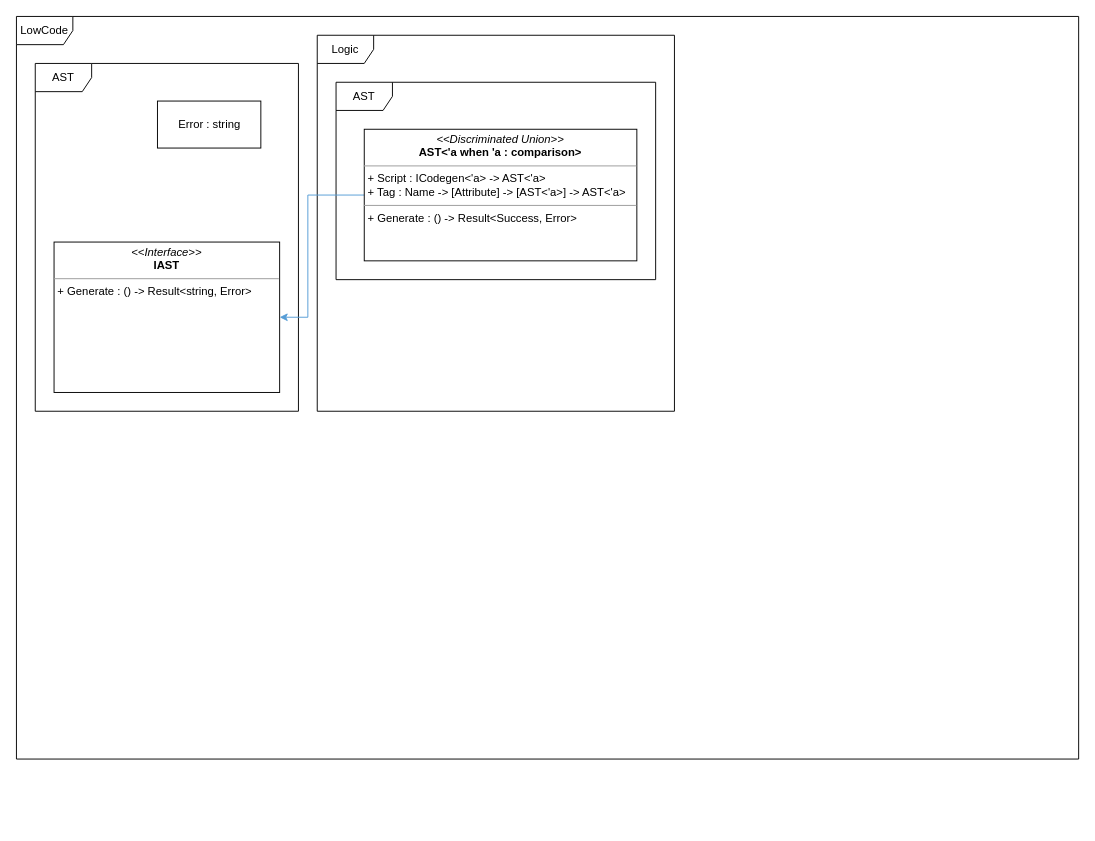
heitor-lassarote/iolp keeps this draw.io diagram as Architecture.drawio. Above is the earlier version. Source tidied: cells renumbered, new cells numbered last; positions are measured from the earlier drawing's top-left corner, leaving out a move shared by most shapes. Both pictures are drawn from the tidied source at 94%, with x=0, y=0 at pixel (16, 16).
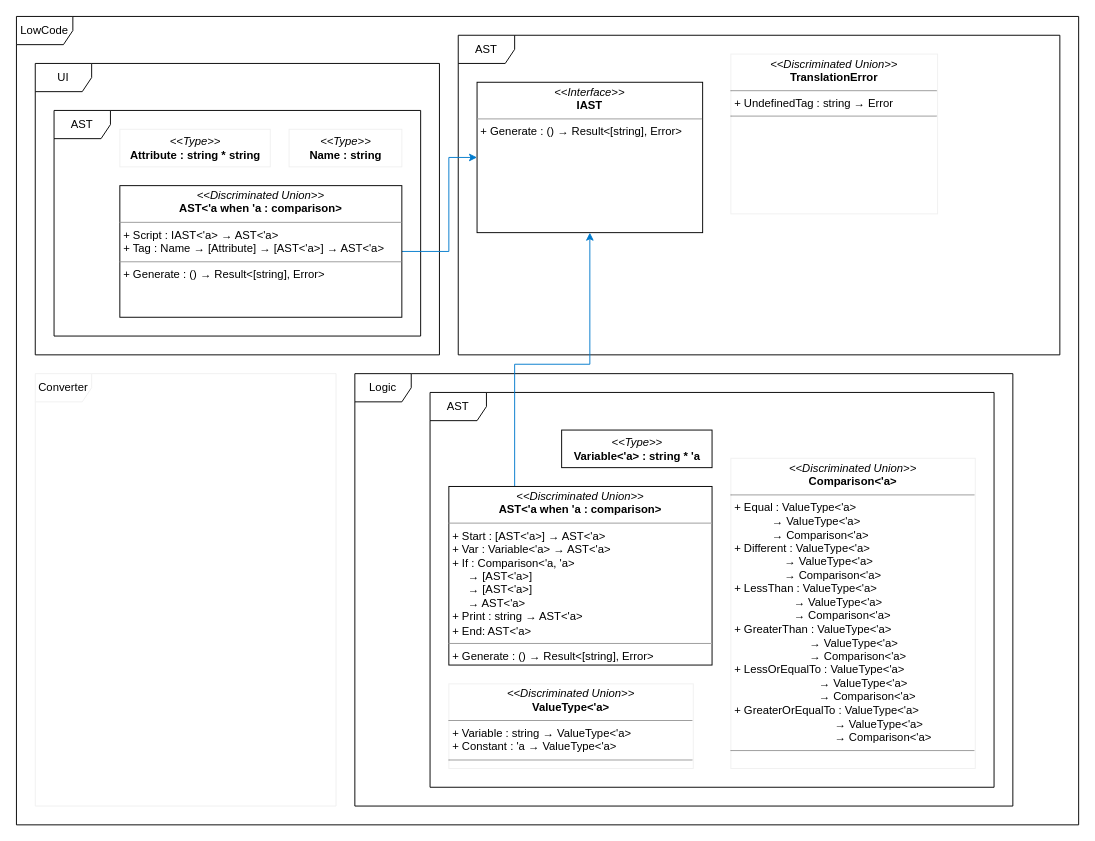
The same diagram, later.

Diff of the diagram source:
```diff
@@
     <mxCell id="2" value="LowCode" style="shape=umlFrame;whiteSpace=wrap;html=1;" parent="1" vertex="1">
-      <mxGeometry width="1130" height="790" as="geometry" />
+      <mxGeometry width="1130" height="860" as="geometry" />
     </mxCell>
-    <mxCell id="3" value="Logic" style="shape=umlFrame;whiteSpace=wrap;html=1;" parent="1" vertex="1">
-      <mxGeometry x="320" y="20" width="380" height="400" as="geometry" />
+    <mxCell id="3" value="UI" style="shape=umlFrame;whiteSpace=wrap;html=1;" parent="1" vertex="1">
+      <mxGeometry x="20" y="50" width="430" height="310" as="geometry" />
     </mxCell>
     <mxCell id="4" value="AST" style="shape=umlFrame;whiteSpace=wrap;html=1;" parent="1" vertex="1">
-      <mxGeometry x="340" y="70" width="340" height="210" as="geometry" />
+      <mxGeometry x="40" y="100" width="390" height="240" as="geometry" />
     </mxCell>
     <mxCell id="5" value="AST" style="shape=umlFrame;whiteSpace=wrap;html=1;" parent="1" vertex="1">
-      <mxGeometry x="20" y="50" width="280" height="370" as="geometry" />
+      <mxGeometry x="470" y="20" width="640" height="340" as="geometry" />
     </mxCell>
-    <mxCell id="6" value="&lt;p style=&quot;margin: 0px ; margin-top: 4px ; text-align: center&quot;&gt;&lt;i&gt;&amp;lt;&amp;lt;Interface&amp;gt;&amp;gt;&lt;/i&gt;&lt;br&gt;&lt;b&gt;IAST&lt;/b&gt;&lt;/p&gt;&lt;hr size=&quot;1&quot;&gt;&lt;p style=&quot;margin: 0px ; margin-left: 4px&quot;&gt;+ Generate : () -&amp;gt; Result&amp;lt;string, Error&amp;gt;&lt;/p&gt;" style="verticalAlign=top;align=left;overflow=fill;fontSize=12;fontFamily=Helvetica;html=1;" parent="1" vertex="1">
-      <mxGeometry x="40" y="240" width="240" height="160" as="geometry" />
+    <mxCell id="6" value="&lt;p style=&quot;margin: 0px ; margin-top: 4px ; text-align: center&quot;&gt;&lt;i&gt;&amp;lt;&amp;lt;Interface&amp;gt;&amp;gt;&lt;/i&gt;&lt;br&gt;&lt;b&gt;IAST&lt;/b&gt;&lt;/p&gt;&lt;hr size=&quot;1&quot;&gt;&lt;p style=&quot;margin: 0px ; margin-left: 4px&quot;&gt;+ Generate : ()&amp;nbsp;→ Result&amp;lt;[string], Error&amp;gt;&lt;/p&gt;" style="verticalAlign=top;align=left;overflow=fill;fontSize=12;fontFamily=Helvetica;html=1;" parent="1" vertex="1">
+      <mxGeometry x="490" y="70" width="240" height="160" as="geometry" />
     </mxCell>
-    <mxCell id="7" style="edgeStyle=orthogonalEdgeStyle;rounded=0;jettySize=auto;html=1;exitX=0;exitY=0.5;exitDx=0;exitDy=0;entryX=1;entryY=0.5;entryDx=0;entryDy=0;strokeColor=#559CD6;" parent="1" edge="1" source="8" target="6">
+    <mxCell id="7" style="edgeStyle=orthogonalEdgeStyle;rounded=0;jettySize=auto;html=1;exitX=1;exitY=0.5;exitDx=0;exitDy=0;entryX=0;entryY=0.5;entryDx=0;entryDy=0;strokeColor=#007ACC;" parent="1" edge="1" source="8" target="6">
       <mxGeometry relative="1" as="geometry">
         <Array as="points">
-          <mxPoint x="310" y="190" />
-          <mxPoint x="310" y="320" />
+          <mxPoint x="460" y="250" />
+          <mxPoint x="460" y="150" />
         </Array>
       </mxGeometry>
     </mxCell>
-    <mxCell id="8" value="&lt;p style=&quot;margin: 0px ; margin-top: 4px ; text-align: center&quot;&gt;&lt;i&gt;&amp;lt;&amp;lt;Discriminated Union&amp;gt;&amp;gt;&lt;/i&gt;&lt;br&gt;&lt;b&gt;AST&amp;lt;'a when 'a : comparison&amp;gt;&lt;/b&gt;&lt;/p&gt;&lt;hr size=&quot;1&quot;&gt;&lt;p style=&quot;margin: 0px ; margin-left: 4px&quot;&gt;+ Script : ICodegen&amp;lt;'a&amp;gt; -&amp;gt; AST&amp;lt;'a&amp;gt;&lt;/p&gt;&lt;p style=&quot;margin: 0px ; margin-left: 4px&quot;&gt;+ Tag : Name -&amp;gt; [Attribute] -&amp;gt; [AST&amp;lt;'a&amp;gt;] -&amp;gt; AST&amp;lt;'a&amp;gt;&lt;/p&gt;&lt;hr size=&quot;1&quot;&gt;&lt;p style=&quot;margin: 0px ; margin-left: 4px&quot;&gt;+ Generate : () -&amp;gt; Result&amp;lt;Success, Error&amp;gt;&lt;/p&gt;" style="verticalAlign=top;align=left;overflow=fill;fontSize=12;fontFamily=Helvetica;html=1;" parent="1" vertex="1">
-      <mxGeometry x="370" y="120" width="290" height="140" as="geometry" />
+    <mxCell id="8" value="&lt;p style=&quot;margin: 0px ; margin-top: 4px ; text-align: center&quot;&gt;&lt;i&gt;&amp;lt;&amp;lt;Discriminated Union&amp;gt;&amp;gt;&lt;/i&gt;&lt;br&gt;&lt;b&gt;AST&amp;lt;'a when 'a : comparison&amp;gt;&lt;/b&gt;&lt;/p&gt;&lt;hr size=&quot;1&quot;&gt;&lt;p style=&quot;margin: 0px ; margin-left: 4px&quot;&gt;+ Script : IAST&amp;lt;'a&amp;gt;&amp;nbsp;→ AST&amp;lt;'a&amp;gt;&lt;/p&gt;&lt;p style=&quot;margin: 0px ; margin-left: 4px&quot;&gt;+ Tag : Name → [Attribute]&amp;nbsp;→ [AST&amp;lt;'a&amp;gt;]&amp;nbsp;→ AST&amp;lt;'a&amp;gt;&lt;/p&gt;&lt;hr size=&quot;1&quot;&gt;&lt;p style=&quot;margin: 0px ; margin-left: 4px&quot;&gt;+ Generate : ()&amp;nbsp;→ Result&amp;lt;[string], Error&amp;gt;&lt;/p&gt;" style="verticalAlign=top;align=left;overflow=fill;fontSize=12;fontFamily=Helvetica;html=1;" parent="1" vertex="1">
+      <mxGeometry x="110" y="180" width="300" height="140" as="geometry" />
     </mxCell>
-    <mxCell id="9" value="Error : string" style="html=1;" parent="1" vertex="1">
-      <mxGeometry x="150" y="90" width="110" height="50" as="geometry" />
-    </mxCell>
+    <mxCell id="10" value="Logic" style="shape=umlFrame;whiteSpace=wrap;html=1;" parent="1" vertex="1">
+      <mxGeometry x="360" y="380" width="700" height="460" as="geometry" />
+    </mxCell>
+    <mxCell id="11" value="AST" style="shape=umlFrame;whiteSpace=wrap;html=1;" parent="1" vertex="1">
+      <mxGeometry x="440" y="400" width="600" height="420" as="geometry" />
+    </mxCell>
+    <mxCell id="12" style="edgeStyle=orthogonalEdgeStyle;rounded=0;jettySize=auto;html=1;exitX=0.25;exitY=0;exitDx=0;exitDy=0;strokeColor=#007ACC;entryX=0.5;entryY=1;entryDx=0;entryDy=0;" parent="1" edge="1" source="13" target="6">
+      <mxGeometry relative="1" as="geometry">
+        <Array as="points">
+          <mxPoint x="530" y="370" />
+          <mxPoint x="610" y="370" />
+        </Array>
+      </mxGeometry>
+    </mxCell>
+    <mxCell id="13" value="&lt;p style=&quot;margin: 0px ; margin-top: 4px ; text-align: center&quot;&gt;&lt;i&gt;&amp;lt;&amp;lt;Discriminated Union&amp;gt;&amp;gt;&lt;/i&gt;&lt;br&gt;&lt;b&gt;AST&amp;lt;'a when 'a : comparison&amp;gt;&lt;/b&gt;&lt;/p&gt;&lt;hr size=&quot;1&quot;&gt;&lt;p style=&quot;margin: 0px ; margin-left: 4px&quot;&gt;+ Start : [AST&amp;lt;'a&amp;gt;] → AST&amp;lt;'a&amp;gt;&lt;/p&gt;&lt;p style=&quot;margin: 0px ; margin-left: 4px&quot;&gt;+ Var : Variable&amp;lt;'a&amp;gt; → AST&amp;lt;'a&amp;gt;&lt;/p&gt;&lt;p style=&quot;margin: 0px ; margin-left: 4px&quot;&gt;+ If : Comparison&amp;lt;'a, 'a&amp;gt;&lt;/p&gt;&lt;p style=&quot;margin: 0px ; margin-left: 4px&quot;&gt;&amp;nbsp; &amp;nbsp; &amp;nbsp;→&amp;nbsp;[AST&amp;lt;'a&amp;gt;]&lt;/p&gt;&lt;p style=&quot;margin: 0px ; margin-left: 4px&quot;&gt;&amp;nbsp; &amp;nbsp; &amp;nbsp;→ [AST&amp;lt;'a&amp;gt;]&lt;/p&gt;&lt;p style=&quot;margin: 0px ; margin-left: 4px&quot;&gt;&amp;nbsp; &amp;nbsp; &amp;nbsp;→ AST&amp;lt;'a&amp;gt;&lt;/p&gt;&lt;p style=&quot;margin: 0px ; margin-left: 4px&quot;&gt;+ Print : string&amp;nbsp;→ AST&amp;lt;'a&amp;gt;&lt;/p&gt;&lt;p style=&quot;margin: 0px ; margin-left: 4px&quot;&gt;+ End: AST&amp;lt;'a&amp;gt;&lt;/p&gt;&lt;hr size=&quot;1&quot;&gt;&lt;p style=&quot;margin: 0px ; margin-left: 4px&quot;&gt;+ Generate : ()&amp;nbsp;→ Result&amp;lt;[string], Error&amp;gt;&lt;/p&gt;" style="verticalAlign=top;align=left;overflow=fill;fontSize=12;fontFamily=Helvetica;html=1;" parent="1" vertex="1">
+      <mxGeometry x="460" y="500" width="280" height="190" as="geometry" />
+    </mxCell>
+    <mxCell id="14" value="&lt;i&gt;&amp;lt;&amp;lt;Type&amp;gt;&amp;gt;&lt;/i&gt;&lt;br&gt;&lt;b&gt;Variable&amp;lt;'a&amp;gt; : string * 'a&lt;/b&gt;" style="html=1;" parent="1" vertex="1">
+      <mxGeometry x="580" y="440" width="160" height="40" as="geometry" />
+    </mxCell>
+    <mxCell id="15" value="&lt;p style=&quot;margin: 0px ; margin-top: 4px ; text-align: center&quot;&gt;&lt;i&gt;&amp;lt;&amp;lt;Discriminated Union&amp;gt;&amp;gt;&lt;/i&gt;&lt;br&gt;&lt;b&gt;Comparison&amp;lt;'a&amp;gt;&lt;/b&gt;&lt;/p&gt;&lt;hr size=&quot;1&quot;&gt;&lt;p style=&quot;margin: 0px ; margin-left: 4px&quot;&gt;+ Equal : ValueType&amp;lt;'a&amp;gt;&lt;/p&gt;&lt;p style=&quot;margin: 0px ; margin-left: 4px&quot;&gt;&amp;nbsp; &amp;nbsp; &amp;nbsp; &amp;nbsp; &amp;nbsp; &amp;nbsp; → ValueType&amp;lt;'a&amp;gt;&lt;/p&gt;&lt;p style=&quot;margin: 0px ; margin-left: 4px&quot;&gt;&amp;nbsp; &amp;nbsp; &amp;nbsp; &amp;nbsp; &amp;nbsp; &amp;nbsp; → Comparison&amp;lt;'a&amp;gt;&lt;/p&gt;&lt;p style=&quot;margin: 0px ; margin-left: 4px&quot;&gt;+ Different : ValueType&amp;lt;'a&amp;gt;&lt;/p&gt;&lt;p style=&quot;margin: 0px ; margin-left: 4px&quot;&gt;&amp;nbsp; &amp;nbsp; &amp;nbsp; &amp;nbsp; &amp;nbsp; &amp;nbsp; &amp;nbsp; &amp;nbsp; → ValueType&amp;lt;'a&amp;gt;&lt;/p&gt;&lt;p style=&quot;margin: 0px ; margin-left: 4px&quot;&gt;&amp;nbsp; &amp;nbsp; &amp;nbsp; &amp;nbsp; &amp;nbsp; &amp;nbsp; &amp;nbsp; &amp;nbsp; → Comparison&amp;lt;'a&amp;gt;&lt;/p&gt;&lt;p style=&quot;margin: 0px ; margin-left: 4px&quot;&gt;+ LessThan : ValueType&amp;lt;'a&amp;gt;&lt;/p&gt;&lt;p style=&quot;margin: 0px ; margin-left: 4px&quot;&gt;&amp;nbsp; &amp;nbsp; &amp;nbsp; &amp;nbsp; &amp;nbsp; &amp;nbsp; &amp;nbsp; &amp;nbsp; &amp;nbsp; &amp;nbsp;→ ValueType&amp;lt;'a&amp;gt;&lt;/p&gt;&lt;p style=&quot;margin: 0px ; margin-left: 4px&quot;&gt;&amp;nbsp; &amp;nbsp; &amp;nbsp; &amp;nbsp; &amp;nbsp; &amp;nbsp; &amp;nbsp; &amp;nbsp; &amp;nbsp; &amp;nbsp;→ Comparison&amp;lt;'a&amp;gt;&lt;/p&gt;&lt;p style=&quot;margin: 0px ; margin-left: 4px&quot;&gt;+ GreaterThan : ValueType&amp;lt;'a&amp;gt;&lt;/p&gt;&lt;p style=&quot;margin: 0px ; margin-left: 4px&quot;&gt;&amp;nbsp; &amp;nbsp; &amp;nbsp; &amp;nbsp; &amp;nbsp; &amp;nbsp; &amp;nbsp; &amp;nbsp; &amp;nbsp; &amp;nbsp; &amp;nbsp; &amp;nbsp;&amp;nbsp;→ ValueType&amp;lt;'a&amp;gt;&lt;/p&gt;&lt;p style=&quot;margin: 0px ; margin-left: 4px&quot;&gt;&amp;nbsp; &amp;nbsp; &amp;nbsp; &amp;nbsp; &amp;nbsp; &amp;nbsp; &amp;nbsp; &amp;nbsp; &amp;nbsp; &amp;nbsp; &amp;nbsp; &amp;nbsp;&amp;nbsp;→ Comparison&amp;lt;'a&amp;gt;&lt;/p&gt;&lt;p style=&quot;margin: 0px ; margin-left: 4px&quot;&gt;+ LessOrEqualTo : ValueType&amp;lt;'a&amp;gt;&lt;/p&gt;&lt;p style=&quot;margin: 0px ; margin-left: 4px&quot;&gt;&amp;nbsp; &amp;nbsp; &amp;nbsp; &amp;nbsp; &amp;nbsp; &amp;nbsp; &amp;nbsp; &amp;nbsp; &amp;nbsp; &amp;nbsp; &amp;nbsp; &amp;nbsp; &amp;nbsp; &amp;nbsp;→ ValueType&amp;lt;'a&amp;gt;&lt;/p&gt;&lt;p style=&quot;margin: 0px ; margin-left: 4px&quot;&gt;&amp;nbsp; &amp;nbsp; &amp;nbsp; &amp;nbsp; &amp;nbsp; &amp;nbsp; &amp;nbsp; &amp;nbsp; &amp;nbsp; &amp;nbsp; &amp;nbsp; &amp;nbsp; &amp;nbsp; &amp;nbsp;→ Comparison&amp;lt;'a&amp;gt;&lt;/p&gt;&lt;p style=&quot;margin: 0px ; margin-left: 4px&quot;&gt;+ GreaterOrEqualTo : ValueType&amp;lt;'a&amp;gt;&lt;/p&gt;&lt;p style=&quot;margin: 0px ; margin-left: 4px&quot;&gt;&amp;nbsp; &amp;nbsp; &amp;nbsp; &amp;nbsp; &amp;nbsp; &amp;nbsp; &amp;nbsp; &amp;nbsp; &amp;nbsp; &amp;nbsp; &amp;nbsp; &amp;nbsp; &amp;nbsp; &amp;nbsp; &amp;nbsp; &amp;nbsp;&amp;nbsp;→ ValueType&amp;lt;'a&amp;gt;&lt;/p&gt;&lt;p style=&quot;margin: 0px ; margin-left: 4px&quot;&gt;&amp;nbsp; &amp;nbsp; &amp;nbsp; &amp;nbsp; &amp;nbsp; &amp;nbsp; &amp;nbsp; &amp;nbsp; &amp;nbsp; &amp;nbsp; &amp;nbsp; &amp;nbsp; &amp;nbsp; &amp;nbsp; &amp;nbsp; &amp;nbsp;&amp;nbsp;→ Comparison&amp;lt;'a&amp;gt;&lt;/p&gt;&lt;hr size=&quot;1&quot;&gt;&lt;p style=&quot;margin: 0px ; margin-left: 4px&quot;&gt;&lt;br&gt;&lt;/p&gt;" style="verticalAlign=top;align=left;overflow=fill;fontSize=12;fontFamily=Helvetica;html=1;strokeColor=#F0F0F0;fillColor=none;" parent="1" vertex="1">
+      <mxGeometry x="760" y="470" width="260" height="330" as="geometry" />
+    </mxCell>
+    <mxCell id="16" value="&lt;p style=&quot;margin: 0px ; margin-top: 4px ; text-align: center&quot;&gt;&lt;i&gt;&amp;lt;&amp;lt;Discriminated Union&amp;gt;&amp;gt;&lt;/i&gt;&lt;br&gt;&lt;b&gt;ValueType&amp;lt;'a&amp;gt;&lt;/b&gt;&lt;/p&gt;&lt;hr size=&quot;1&quot;&gt;&lt;p style=&quot;margin: 0px ; margin-left: 4px&quot;&gt;+ Variable : string →&amp;nbsp;ValueType&amp;lt;'a&amp;gt;&lt;/p&gt;&lt;p style=&quot;margin: 0px ; margin-left: 4px&quot;&gt;+ Constant : 'a →&amp;nbsp;ValueType&amp;lt;'a&amp;gt;&lt;/p&gt;&lt;hr size=&quot;1&quot;&gt;&lt;p style=&quot;margin: 0px ; margin-left: 4px&quot;&gt;&lt;br&gt;&lt;/p&gt;" style="verticalAlign=top;align=left;overflow=fill;fontSize=12;fontFamily=Helvetica;html=1;strokeColor=#F0F0F0;fillColor=none;" parent="1" vertex="1">
+      <mxGeometry x="460" y="710" width="260" height="90" as="geometry" />
+    </mxCell>
+    <mxCell id="17" value="&lt;i&gt;&amp;lt;&amp;lt;Type&amp;gt;&amp;gt;&lt;/i&gt;&lt;br&gt;&lt;b&gt;Attribute : string * string&lt;/b&gt;" style="html=1;strokeColor=#F0F0F0;fillColor=none;" parent="1" vertex="1">
+      <mxGeometry x="110" y="120" width="160" height="40" as="geometry" />
+    </mxCell>
+    <mxCell id="18" value="&lt;i&gt;&amp;lt;&amp;lt;Type&amp;gt;&amp;gt;&lt;/i&gt;&lt;br&gt;&lt;b&gt;Name : string&lt;/b&gt;" style="html=1;strokeColor=#F0F0F0;fillColor=none;" parent="1" vertex="1">
+      <mxGeometry x="290" y="120" width="120" height="40" as="geometry" />
+    </mxCell>
+    <mxCell id="19" value="&lt;p style=&quot;margin: 0px ; margin-top: 4px ; text-align: center&quot;&gt;&lt;i&gt;&amp;lt;&amp;lt;Discriminated Union&amp;gt;&amp;gt;&lt;/i&gt;&lt;br&gt;&lt;b&gt;TranslationError&lt;/b&gt;&lt;/p&gt;&lt;hr size=&quot;1&quot;&gt;&lt;p style=&quot;margin: 0px ; margin-left: 4px&quot;&gt;+ UndefinedTag : string&amp;nbsp;→ Error&lt;/p&gt;&lt;hr size=&quot;1&quot;&gt;&lt;p style=&quot;margin: 0px ; margin-left: 4px&quot;&gt;&lt;br&gt;&lt;/p&gt;" style="verticalAlign=top;align=left;overflow=fill;fontSize=12;fontFamily=Helvetica;html=1;strokeColor=#F0F0F0;fillColor=none;" parent="1" vertex="1">
+      <mxGeometry x="760" y="40" width="220" height="170" as="geometry" />
+    </mxCell>
+    <mxCell id="20" value="Converter" style="shape=umlFrame;whiteSpace=wrap;html=1;strokeColor=#F0F0F0;fillColor=none;" parent="1" vertex="1">
+      <mxGeometry x="20" y="380" width="320" height="460" as="geometry" />
+    </mxCell>
```
